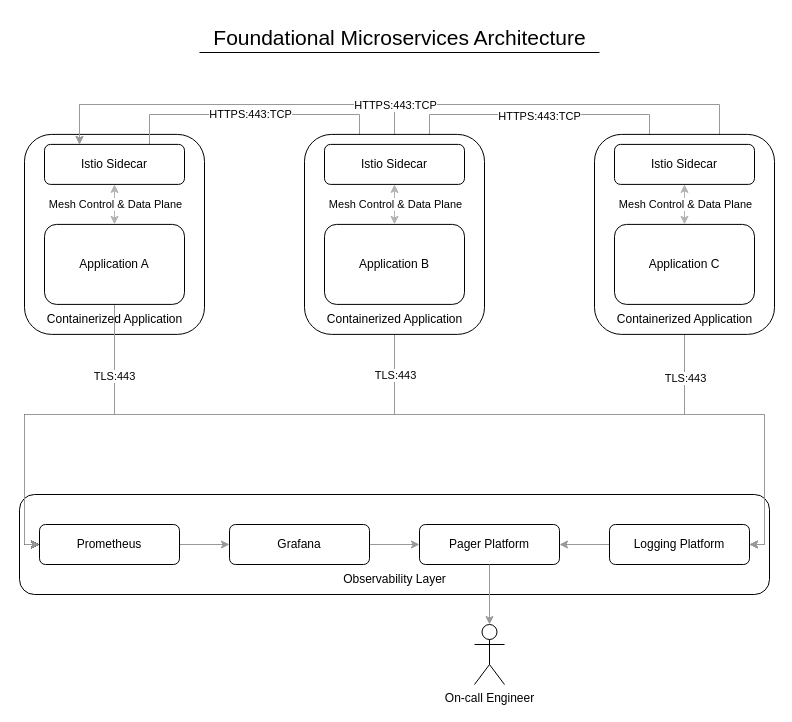
This is Foundational Microservices Architecture/Foundational Microservices Architecture Diagram.drawio from GabeWilmoth/Foundational-Architecture, a draw.io file, before an edit. Source tidied: cells renumbered, new cells numbered last; positions are measured from the earlier drawing's top-left corner, leaving out a move shared by most shapes. Both pictures are drawn from the tidied source at 100%, with x=0, y=0 at pixel (19, 17).
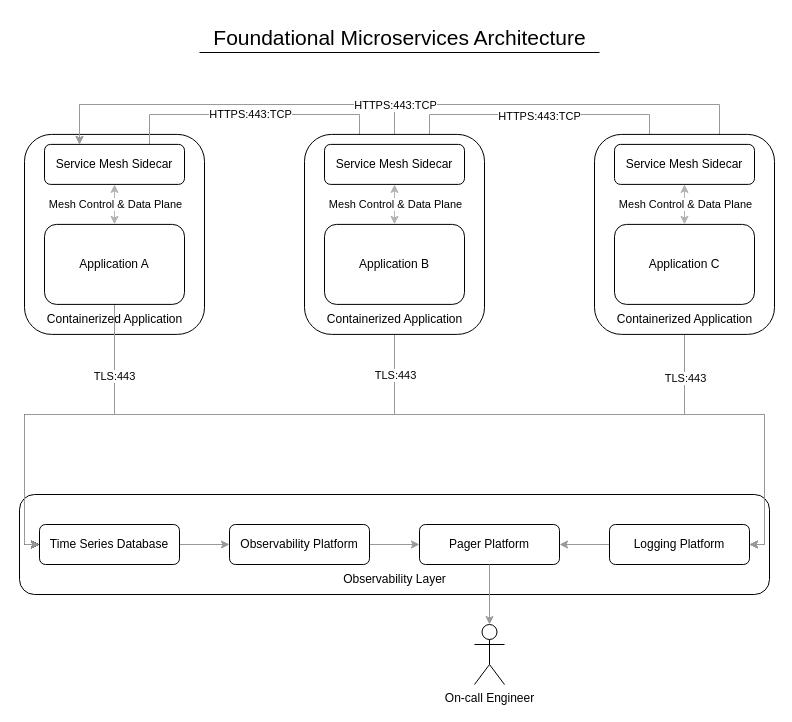
The same page after the edit.

Change to the diagram source:
```diff
@@
-    <mxCell id="18" value="Istio Sidecar" style="rounded=1;whiteSpace=wrap;html=1;" parent="1" vertex="1">
+    <mxCell id="18" value="Service Mesh Sidecar" style="rounded=1;whiteSpace=wrap;html=1;" parent="1" vertex="1">
       <mxGeometry x="25" y="126.9" width="140" height="40" as="geometry" />
     </mxCell>
@@
-    <mxCell id="20" value="Prometheus" style="rounded=1;whiteSpace=wrap;html=1;" parent="1" vertex="1">
+    <mxCell id="20" value="Time Series Database" style="rounded=1;whiteSpace=wrap;html=1;" parent="1" vertex="1">
       <mxGeometry x="20" y="507" width="140" height="40" as="geometry" />
     </mxCell>
@@
-    <mxCell id="22" value="Grafana" style="rounded=1;whiteSpace=wrap;html=1;" parent="1" vertex="1">
+    <mxCell id="22" value="Observability Platform" style="rounded=1;whiteSpace=wrap;html=1;" parent="1" vertex="1">
       <mxGeometry x="210" y="507" width="140" height="40" as="geometry" />
     </mxCell>
@@
-    <mxCell id="41" value="Istio Sidecar" style="rounded=1;whiteSpace=wrap;html=1;" parent="1" vertex="1">
+    <mxCell id="41" value="Service Mesh&amp;nbsp;Sidecar" style="rounded=1;whiteSpace=wrap;html=1;" parent="1" vertex="1">
       <mxGeometry x="305" y="126.9" width="140" height="40" as="geometry" />
     </mxCell>
@@
-    <mxCell id="47" value="Istio Sidecar" style="rounded=1;whiteSpace=wrap;html=1;" parent="1" vertex="1">
+    <mxCell id="47" value="Service Mesh&amp;nbsp;Sidecar" style="rounded=1;whiteSpace=wrap;html=1;" parent="1" vertex="1">
       <mxGeometry x="595" y="126.9" width="140" height="40" as="geometry" />
     </mxCell>
```
